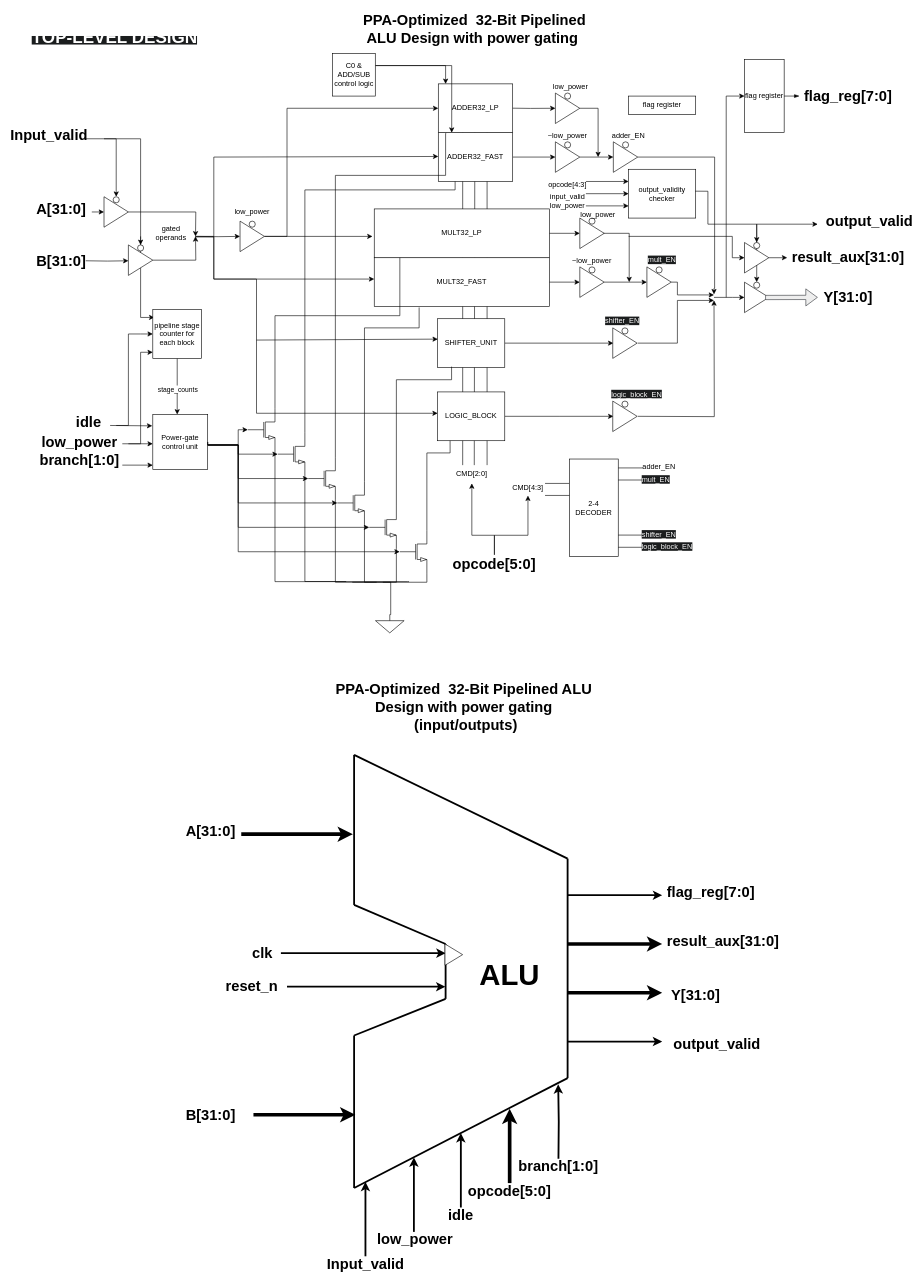
The draw.io diagram documents/alu.drawio in BekiryY/PPA-Optimized-32-bit-Pipelined-ALU-Design, before the edit. Source tidied: cells renumbered, new cells numbered last; positions are measured from the earlier drawing's top-left corner, leaving out a move shared by most shapes. Both pictures are drawn from the tidied source at 61%, with x=0, y=0 at pixel (15, 10).
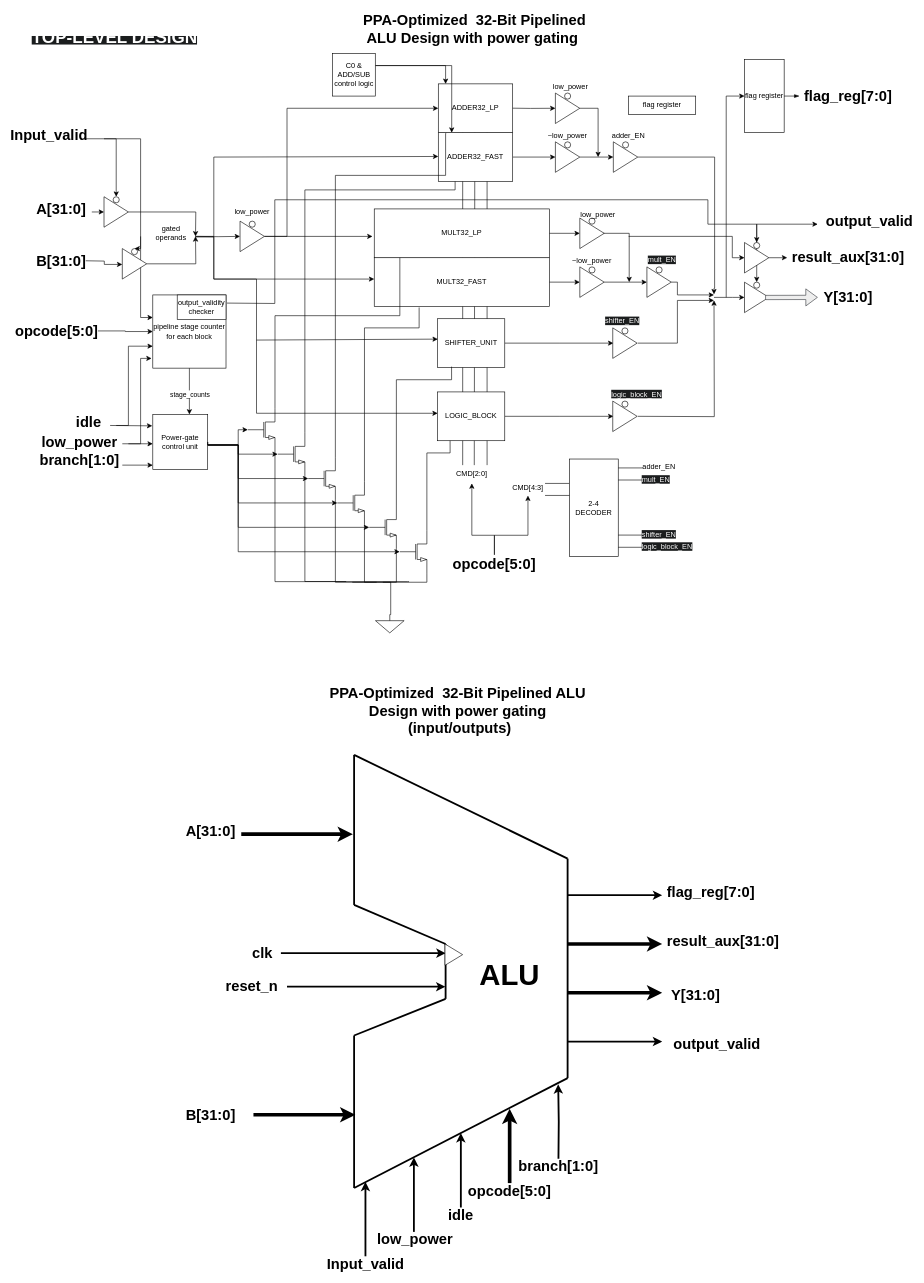
The same page after the edit.

Unchanged cells that the change refers to:
```xml
<mxCell id="46" style="group;" parent="43" vertex="1">
  <mxGeometry y="80" width="490" height="1120" as="geometry" />
</mxCell>
<mxCell id="76" style="group;" parent="1" vertex="1">
  <mxGeometry x="945" y="305" width="190" height="835" as="geometry" />
</mxCell>
```

Diff of the diagram source:
```diff
@@
-    <mxCell id="2" style="edgeStyle=orthogonalEdgeStyle;rounded=0;jettySize=auto;html=1;entryX=0.031;entryY=0.161;entryDx=0;entryDy=0;entryPerimeter=0;" parent="1" edge="1" target="102">
+    <mxCell id="2" style="edgeStyle=orthogonalEdgeStyle;rounded=0;jettySize=auto;html=1;" parent="1" edge="1" target="102">
       <mxGeometry relative="1" as="geometry">
         <mxPoint x="205" y="370" as="sourcePoint" />
         <Array as="points">
           <mxPoint x="205" y="503" />
         </Array>
       </mxGeometry>
     </mxCell>
@@
-    <mxCell id="63" style="edgeStyle=orthogonalEdgeStyle;rounded=0;orthogonalLoop=1;jettySize=auto;html=1;" parent="46" edge="1">
-      <mxGeometry relative="1" as="geometry">
-        <mxPoint x="30" y="200" as="sourcePoint" />
-        <mxPoint x="100" y="200" as="targetPoint" />
-      </mxGeometry>
-    </mxCell>
-    <mxCell id="64" value="input_valid" style="text;html=1;align=center;verticalAlign=middle;whiteSpace=wrap;rounded=0;" parent="46" vertex="1">
-      <mxGeometry x="-30" y="190" width="60" height="30" as="geometry" />
-    </mxCell>
-    <mxCell id="65" value="opcode[4:3]" style="text;html=1;align=center;verticalAlign=middle;whiteSpace=wrap;rounded=0;" parent="46" vertex="1">
-      <mxGeometry x="-30" y="170" width="60" height="30" as="geometry" />
-    </mxCell>
@@
-    <mxCell id="92" value="&lt;div&gt;output_validity&lt;/div&gt;&lt;div&gt;checker&lt;/div&gt;" style="rounded=0;whiteSpace=wrap;html=1;" parent="76" vertex="1">
-      <mxGeometry x="60" y="-45" width="110" height="80" as="geometry" />
-    </mxCell>
-    <mxCell id="93" style="edgeStyle=orthogonalEdgeStyle;rounded=0;orthogonalLoop=1;jettySize=auto;html=1;" parent="76" edge="1">
-      <mxGeometry relative="1" as="geometry">
-        <mxPoint x="-10" y="15" as="sourcePoint" />
-        <mxPoint x="60" y="15" as="targetPoint" />
-      </mxGeometry>
-    </mxCell>
@@
-    <mxCell id="102" value="pipeline stage counter for each block" style="whiteSpace=wrap;html=1;" parent="1" vertex="1">
-      <mxGeometry x="225" y="490" width="80" height="80" as="geometry" />
-    </mxCell>
@@
     <mxCell id="140" style="group;" parent="1" vertex="1">
-      <mxGeometry x="185" y="384" width="790" height="800" as="geometry" />
+      <mxGeometry x="175" y="390" width="790" height="800" as="geometry" />
     </mxCell>
@@
+    <mxCell id="102" value="pipeline stage counter for each block" style="whiteSpace=wrap;html=1;" parent="140" vertex="1">
+      <mxGeometry x="50" y="76" width="120" height="120" as="geometry" />
+    </mxCell>
+    <mxCell id="92" value="&lt;div&gt;output_validity&lt;/div&gt;&lt;div&gt;checker&lt;/div&gt;" style="rounded=0;whiteSpace=wrap;html=1;" parent="140" vertex="1">
+      <mxGeometry x="90" y="76" width="80" height="40" as="geometry" />
+    </mxCell>
@@
-    <mxCell id="156" style="endArrow=classic;html=1;rounded=0;exitX=0.994;exitY=0.449;exitDx=0;exitDy=0;exitPerimeter=0;" parent="1" edge="1" source="92">
+    <mxCell id="156" style="endArrow=classic;html=1;rounded=0;exitX=1.02;exitY=0.334;exitDx=0;exitDy=0;exitPerimeter=0;" parent="1" edge="1" source="92">
       <mxGeometry relative="1" as="geometry">
         <mxPoint x="1315" y="350" as="targetPoint" />
         <Array as="points">
-          <mxPoint x="1135" y="296" />
+          <mxPoint x="425" y="480" />
+          <mxPoint x="425" y="310" />
+          <mxPoint x="1135" y="310" />
           <mxPoint x="1135" y="350" />
         </Array>
       </mxGeometry>
     </mxCell>
@@
-    <mxCell id="163" style="edgeStyle=orthogonalEdgeStyle;rounded=0;orthogonalLoop=1;jettySize=auto;html=1;" parent="1" edge="1">
-      <mxGeometry relative="1" as="geometry">
-        <mxPoint x="935" y="280" as="sourcePoint" />
-        <mxPoint x="1005" y="280" as="targetPoint" />
-      </mxGeometry>
-    </mxCell>
-    <mxCell id="164" value="low_power" style="text;html=1;align=center;verticalAlign=middle;whiteSpace=wrap;rounded=0;" parent="1" vertex="1">
-      <mxGeometry x="875" y="305" width="60" height="30" as="geometry" />
-    </mxCell>
     <mxCell id="165" style="endArrow=classic;html=1;rounded=0;" parent="1" edge="1">
       <mxGeometry relative="1" as="geometry">
         <mxPoint x="165" y="680" as="sourcePoint" />
-        <mxPoint x="225" y="530" as="targetPoint" />
+        <mxPoint x="225" y="550" as="targetPoint" />
         <Array as="points">
           <mxPoint x="185" y="680" />
-          <mxPoint x="185" y="530" />
-          <mxPoint x="205" y="530" />
+          <mxPoint x="185" y="550" />
         </Array>
       </mxGeometry>
     </mxCell>
     <mxCell id="166" style="endArrow=classic;html=1;rounded=0;" parent="1" edge="1">
       <mxGeometry relative="1" as="geometry">
         <mxPoint x="185" y="710" as="sourcePoint" />
-        <mxPoint x="225" y="560" as="targetPoint" />
+        <mxPoint x="223" y="570" as="targetPoint" />
         <Array as="points">
           <mxPoint x="205" y="710" />
-          <mxPoint x="205" y="560" />
+          <mxPoint x="205" y="570" />
         </Array>
       </mxGeometry>
     </mxCell>
@@
+    <mxCell id="207" style="edgeStyle=orthogonalEdgeStyle;rounded=0;jettySize=auto;html=1;" parent="1" edge="1" source="208" target="102">
+      <mxGeometry relative="1" as="geometry">
+        <Array as="points">
+          <mxPoint x="180" y="525" />
+          <mxPoint x="180" y="526" />
+        </Array>
+      </mxGeometry>
+    </mxCell>
+    <mxCell id="208" value="opcode[5:0]" style="text;html=1;align=center;verticalAlign=middle;whiteSpace=wrap;rounded=0;fontStyle=1;fontSize=24;" parent="1" vertex="1">
+      <mxGeometry y="510" width="135" height="30" as="geometry" />
+    </mxCell>
+    <mxCell id="209" style="edgeStyle=orthogonalEdgeStyle;rounded=0;orthogonalLoop=1;jettySize=auto;html=1;exitX=0.5;exitY=1;exitDx=0;exitDy=0;" parent="1" edge="1" source="208" target="208">
+      <mxGeometry relative="1" as="geometry" />
+    </mxCell>
```
